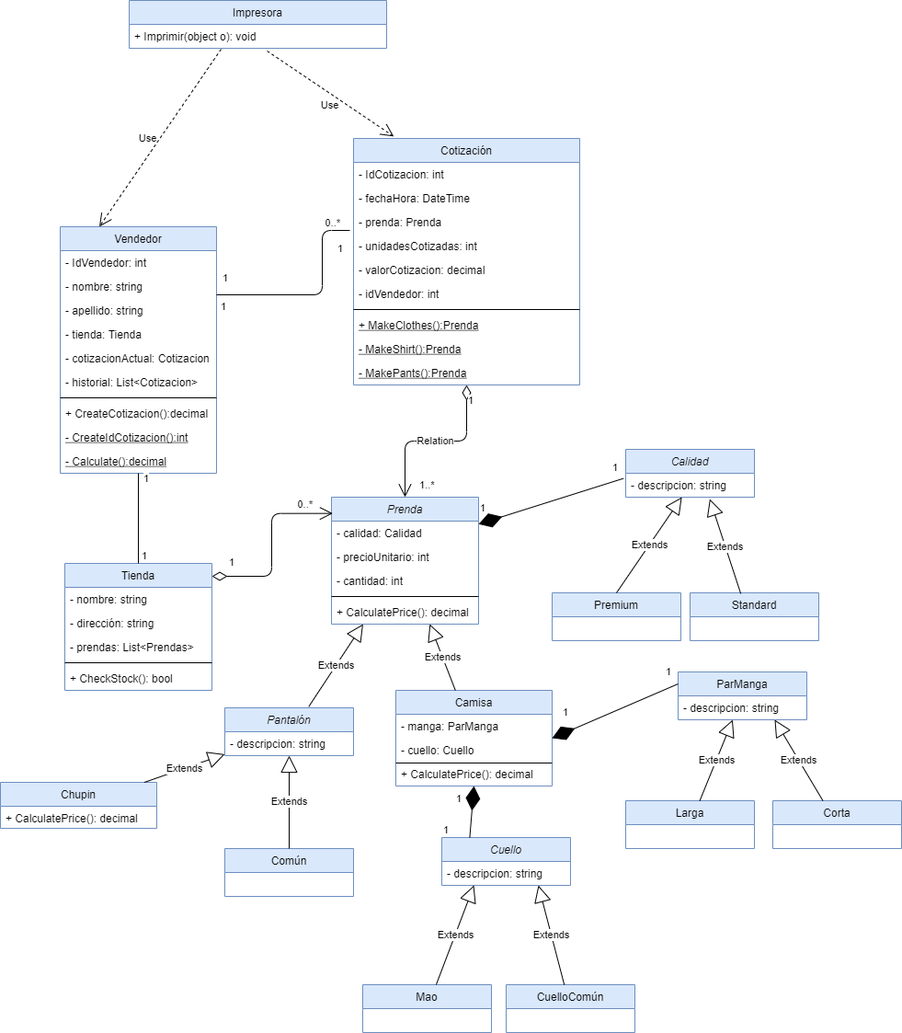
rominamenacho/EjercicioTiendaMayorista keeps this draw.io diagram as Diagrama de Clases.png. Above is the earlier version. Source tidied: cells renumbered, new cells last; positions are measured from the earlier drawing's top-left corner, leaving out a move shared by most shapes.
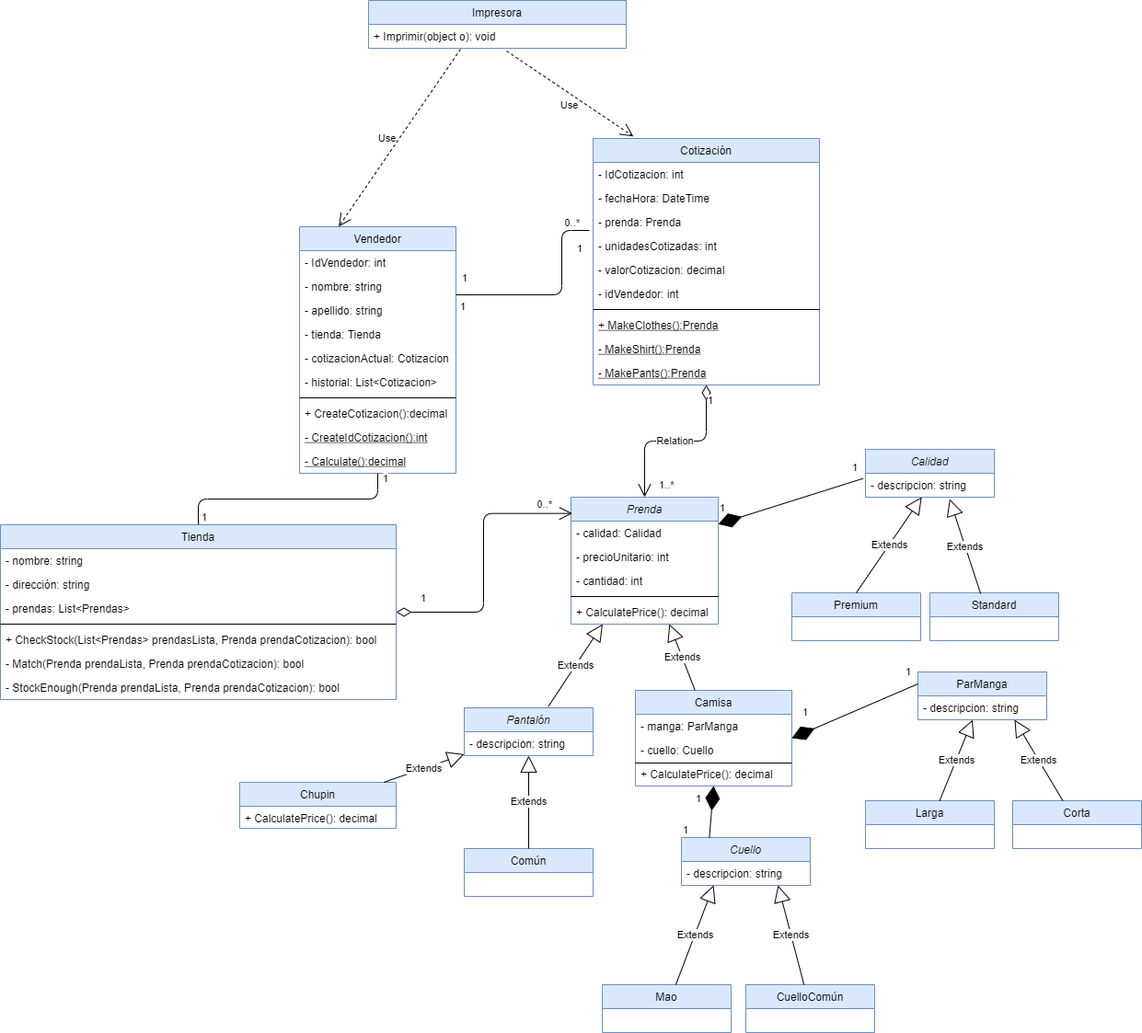
The same diagram one commit later.

What changed in the source:
```diff
@@ -108,23 +108,29 @@
       </mxGeometry>
     </mxCell>
     <mxCell id="32" value="Tienda" style="swimlane;fontStyle=0;align=center;verticalAlign=top;horizontal=1;startSize=26;fillColor=#dae8fc;strokeColor=#6c8ebf;" parent="1" vertex="1">
-      <mxGeometry x="70" y="612" width="160" height="138" as="geometry" />
+      <mxGeometry x="-260" y="570" width="430" height="190" as="geometry" />
     </mxCell>
     <mxCell id="33" value="- nombre: string" style="text;strokeColor=none;fillColor=none;align=left;verticalAlign=top;spacingLeft=4;spacingRight=4;overflow=hidden;" parent="32" vertex="1">
-      <mxGeometry y="26" width="160" height="26" as="geometry" />
+      <mxGeometry y="26" width="430" height="26" as="geometry" />
     </mxCell>
     <mxCell id="34" value="- dirección: string" style="text;strokeColor=none;fillColor=none;align=left;verticalAlign=top;spacingLeft=4;spacingRight=4;overflow=hidden;" parent="32" vertex="1">
-      <mxGeometry y="52" width="160" height="26" as="geometry" />
+      <mxGeometry y="52" width="430" height="26" as="geometry" />
     </mxCell>
     <mxCell id="35" value="- prendas: List&lt;Prendas&gt;" style="text;strokeColor=none;fillColor=none;align=left;verticalAlign=top;spacingLeft=4;spacingRight=4;overflow=hidden;" parent="32" vertex="1">
-      <mxGeometry y="78" width="160" height="26" as="geometry" />
+      <mxGeometry y="78" width="430" height="26" as="geometry" />
     </mxCell>
     <mxCell id="36" style="line;strokeWidth=1;fillColor=none;align=left;verticalAlign=middle;spacingTop=-1;spacingLeft=3;spacingRight=3;labelPosition=right;" parent="32" vertex="1">
-      <mxGeometry y="104" width="160" height="8" as="geometry" />
+      <mxGeometry y="104" width="430" height="8" as="geometry" />
     </mxCell>
-    <mxCell id="37" value="+ CheckStock(): bool" style="text;strokeColor=none;fillColor=none;align=left;verticalAlign=top;spacingLeft=4;spacingRight=4;overflow=hidden;" parent="32" vertex="1">
-      <mxGeometry y="112" width="160" height="26" as="geometry" />
+    <mxCell id="37" value="+ CheckStock(List&lt;Prendas&gt; prendasLista, Prenda prendaCotizacion): bool" style="text;strokeColor=none;fillColor=none;align=left;verticalAlign=top;spacingLeft=4;spacingRight=4;overflow=hidden;" parent="32" vertex="1">
+      <mxGeometry y="112" width="430" height="26" as="geometry" />
     </mxCell>
+    <mxCell id="94" value="- Match(Prenda prendaLista, Prenda prendaCotizacion): bool" style="text;strokeColor=none;fillColor=none;align=left;verticalAlign=top;spacingLeft=4;spacingRight=4;overflow=hidden;" parent="32" vertex="1">
+      <mxGeometry y="138" width="430" height="26" as="geometry" />
+    </mxCell>
+    <mxCell id="95" value="- StockEnough(Prenda prendaLista, Prenda prendaCotizacion): bool" style="text;strokeColor=none;fillColor=none;align=left;verticalAlign=top;spacingLeft=4;spacingRight=4;overflow=hidden;" parent="32" vertex="1">
+      <mxGeometry y="164" width="430" height="26" as="geometry" />
+    </mxCell>
     <mxCell id="38" style="endArrow=none;html=1;edgeStyle=orthogonalEdgeStyle;entryX=0.5;entryY=0;entryDx=0;entryDy=0;" parent="1" edge="1" source="2" target="32">
       <mxGeometry relative="1" as="geometry" />
     </mxCell>
@@ -156,10 +162,8 @@
     <mxCell id="46" value="+ CalculatePrice(): decimal" style="text;strokeColor=none;fillColor=none;align=left;verticalAlign=top;spacingLeft=4;spacingRight=4;overflow=hidden;" parent="41" vertex="1">
       <mxGeometry y="112" width="160" height="26" as="geometry" />
     </mxCell>
-    <mxCell id="47" value="1" style="endArrow=open;html=1;endSize=12;startArrow=diamondThin;startSize=14;startFill=0;edgeStyle=orthogonalEdgeStyle;align=left;verticalAlign=bottom;entryX=0.009;entryY=0.128;entryDx=0;entryDy=0;entryPerimeter=0;" parent="1" edge="1" target="41">
-      <mxGeometry x="-0.83" y="6" relative="1" as="geometry">
-        <mxPoint x="230" y="626" as="sourcePoint" />
-      </mxGeometry>
+    <mxCell id="47" value="1" style="endArrow=open;html=1;endSize=12;startArrow=diamondThin;startSize=14;startFill=0;edgeStyle=orthogonalEdgeStyle;align=left;verticalAlign=bottom;entryX=0.009;entryY=0.128;entryDx=0;entryDy=0;entryPerimeter=0;" parent="1" edge="1" source="32" target="41">
+      <mxGeometry x="-0.83" y="6" relative="1" as="geometry" />
     </mxCell>
     <mxCell id="48" value="0..*" style="edgeLabel;html=1;align=right;verticalAlign=bottom;" parent="1" vertex="1">
       <mxGeometry x="340" y="556" as="geometry" />
```
